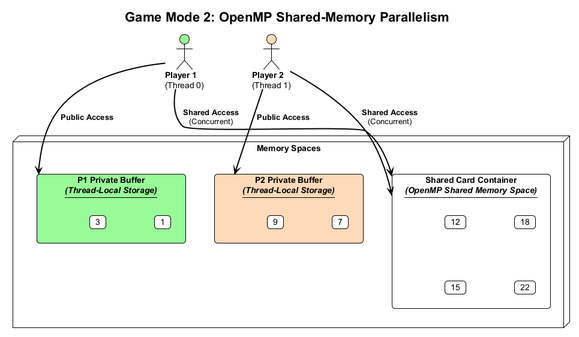
This is figures/diagrams/openmp-mode.png from Siponek/HPC-thesis, a PlantUML export, as it was before one commit.
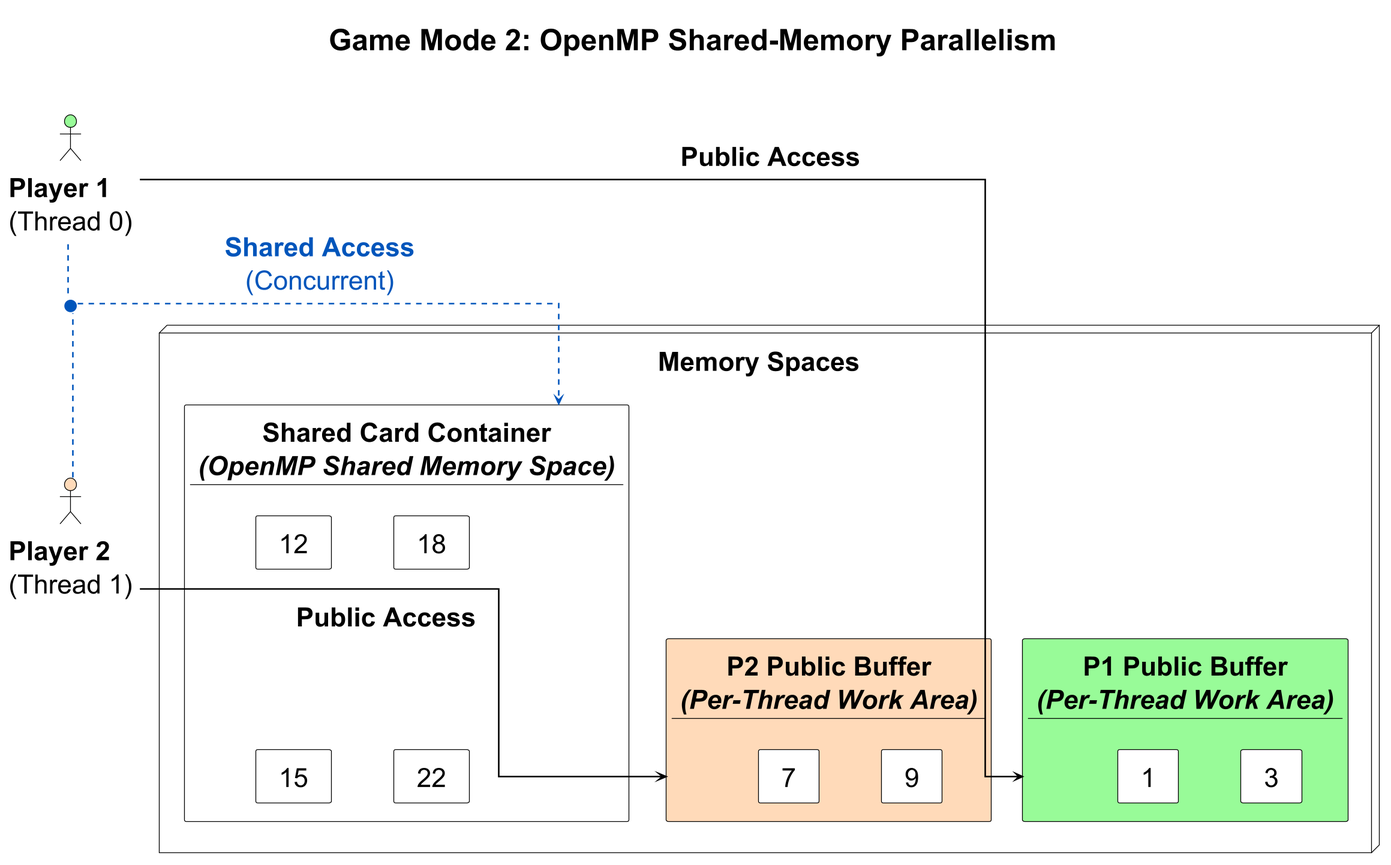
Later version of the same file.

Diff of the diagram source:
```diff
@@ -1,46 +1,67 @@
 @startuml openmp-mode
 !theme plain
-skinparam backgroundColor white
-skinparam defaultFontName Arial
+!include ../shared/theme.puml
+scale 1.3
+
 skinparam nodesep 80
-skinparam ranksep 60
-skinparam roundcorner 10
-skinparam ArrowThickness 2
-top to bottom direction
+skinparam ranksep 70
+skinparam linetype ortho
 
-title Game Mode 2: OpenMP Shared-Memory Parallelism
-
-node "Memory Spaces" as MEM_SPACE #transparent {
-    rectangle "<b>Shared Card Container</b>\n<i>(OpenMP Shared Memory Space)</i>\n----" as SHARED_MEM #White {
-        card "12" as oc1
-        card "18" as oc2
-        card "15" as oc3
-        card "22" as oc4
-    }
-    together {
-        rectangle "<b>P1 Private Buffer</b>\n<i>(Thread-Local Storage)</i>\n----" as P1_BUF #PaleGreen {
-            card "1" as b1
-            card "3" as b2
-        }
-
-        rectangle "<b>P2 Private Buffer</b>\n<i>(Thread-Local Storage)</i>\n----" as P2_BUF #PeachPuff {
-            card "7" as b3
-            card "9" as b4
-        }
-    }
-}
+title Game Mode 2: OpenMP Shared-Memory Parallelism\n
 
 together {
     actor "<b>Player 1</b>\n(Thread 0)" as P1 #PaleGreen
+
+    circle " " as JOIN #0055BB;line:0055BB
+
     actor "<b>Player 2</b>\n(Thread 1)" as P2 #PeachPuff
 }
 
+P1 -[hidden]right- JOIN
+JOIN -[hidden]right- P2
 
-P1 -up-> SHARED_MEM : <b>Shared Access</b>\n(Concurrent)
-P2 -up-> SHARED_MEM : <b>Shared Access</b>\n(Concurrent)
+node "Memory Spaces  " as MEM_SPACE #transparent {
 
-P1 -down-> P1_BUF : <b>Public Access</b>
-P2 -down-> P2_BUF : <b>Public Access</b>
+    together {
+        rectangle "<b>P1 Public Buffer</b>\n<i>(Per-Thread Work Area)</i>\n----" as P1_BUF #PaleGreen {
+            card " 1 " as b1
+            card " 3 " as b2
+            b1 -[hidden]right- b2
+        }
+
+        rectangle "<b>P2 Public Buffer</b>\n<i>(Per-Thread Work Area)</i>\n----" as P2_BUF #PeachPuff {
+            card " 7 " as b3
+            card " 9 " as b4
+            b3 -[hidden]right- b4
+        }
+    }
+
+    P1_BUF -[hidden]right- P2_BUF
+
+    rectangle "<b>Shared Card Container</b>\n<i>(OpenMP Shared Memory Space)</i>\n----" as SHARED_MEM #White {
+        card " 12 " as oc1
+        card " 18 " as oc2
+        card " 15 " as oc3
+        card " 22 " as oc4
+
+        oc1 -[hidden]right- oc2
+        oc3 -[hidden]right- oc4
+        oc1 -[hidden]down- oc3
+    }
+
+    P1_BUF -[hidden]up- SHARED_MEM
+    P2_BUF -[hidden]up- SHARED_MEM
+}
+
+JOIN -[hidden]down- SHARED_MEM
 
 
+P1 -[#black]down-> P1_BUF : "<back:white>  <b>Public Access</b>  </back>"
+P2 -[#black]down-> P2_BUF : "<back:white>  <b>Public Access</b>  </back>"
+
+P1 -[#0055BB,dashed]down- JOIN
+P2 -[#0055BB,dashed]down- JOIN
+
+JOIN -[#0055BB,dashed]down-> SHARED_MEM : "<back:white><color:#0055BB>  <b>Shared Access</b>  </color></back>\n<back:white><color:#0055BB>  (Concurrent)  </color></back>"
+
 @enduml
```
